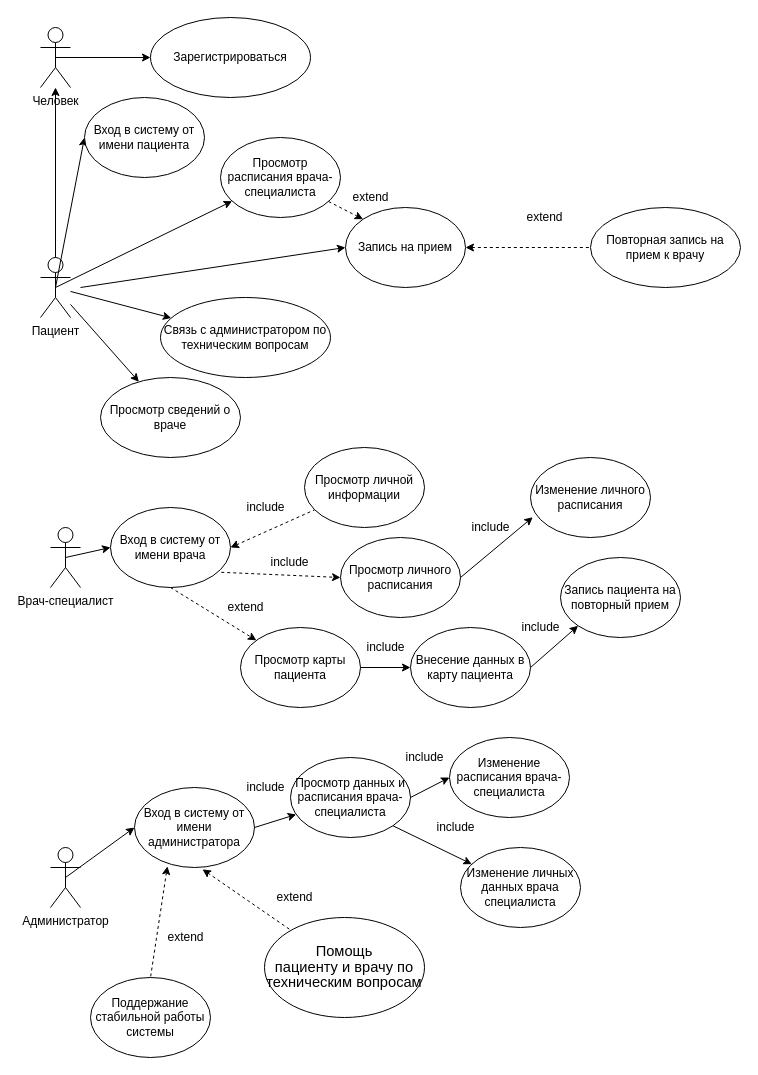
VikaYakunina/lemongatorade keeps this draw.io diagram as РиАТ_ДиаграммаВарИСп.drawio. Above is the earlier version. Source tidied: cells renumbered, new cells numbered last; positions are measured from the earlier drawing's top-left corner, leaving out a move shared by most shapes. Both pictures are drawn from the tidied source at 100%, with x=0, y=0 at pixel (40, 17).
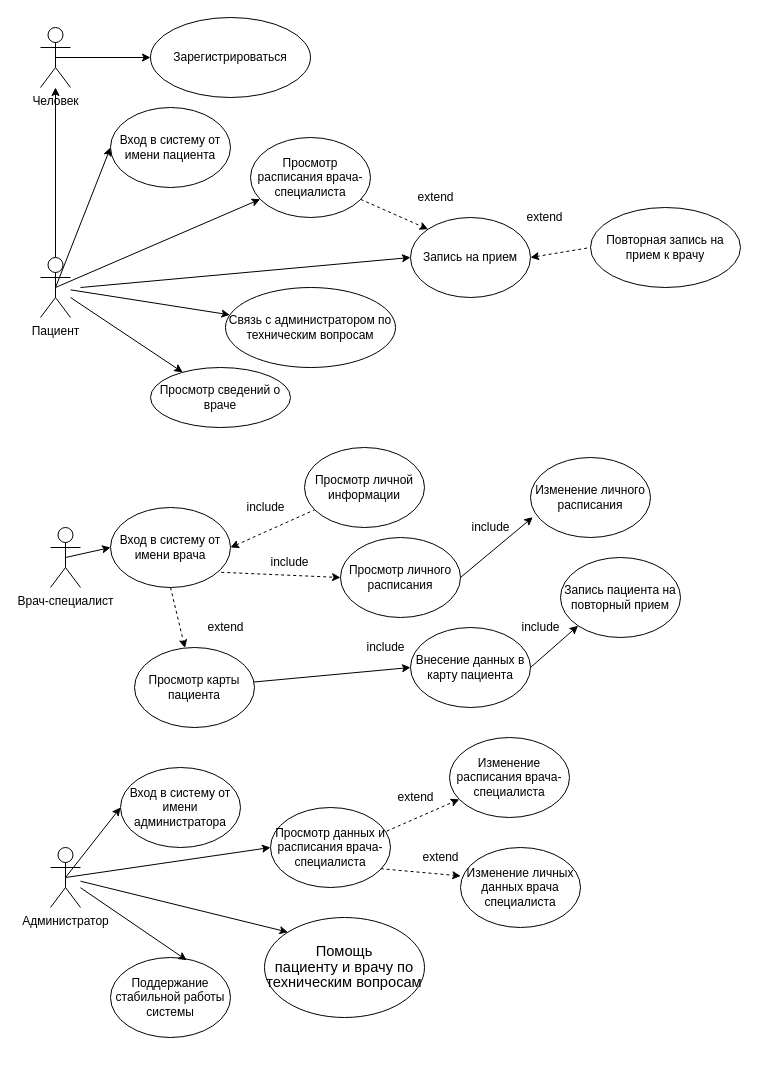
After the change.

The change refers to these unchanged cells:
```xml
<mxCell id="23" value="Администратор" style="shape=umlActor;verticalLabelPosition=bottom;verticalAlign=top;html=1;outlineConnect=0;" parent="1" vertex="1">
  <mxGeometry x="10" y="830" width="30" height="60" as="geometry" />
</mxCell>
<mxCell id="35" value="Изменение расписания врача-специалиста" style="ellipse;whiteSpace=wrap;html=1;" parent="1" vertex="1">
  <mxGeometry x="409" y="720" width="120" height="80" as="geometry" />
</mxCell>
<mxCell id="37" value="&lt;span style=&quot;font-size: 11.0pt ; line-height: 107% ; font-family: &amp;#34;calibri&amp;#34; , sans-serif&quot;&gt;Помощь&lt;br&gt;пациенту и врачу по техническим вопросам&lt;/span&gt;" style="ellipse;whiteSpace=wrap;html=1;" parent="1" vertex="1">
  <mxGeometry x="224" y="900" width="160" height="100" as="geometry" />
</mxCell>
<mxCell id="38" value="Изменение личных данных врача специалиста" style="ellipse;whiteSpace=wrap;html=1;" parent="1" vertex="1">
  <mxGeometry x="420" y="830" width="120" height="80" as="geometry" />
</mxCell>
```

The edit, as a diff of the source:
```diff
@@
     <mxCell id="7" value="Вход в систему от имени пациента" style="ellipse;whiteSpace=wrap;html=1;" parent="1" vertex="1">
-      <mxGeometry x="44" y="80" width="120" height="80" as="geometry" />
+      <mxGeometry x="70" y="90" width="120" height="80" as="geometry" />
     </mxCell>
     <mxCell id="8" value="Просмотр расписания врача-специалиста" style="ellipse;whiteSpace=wrap;html=1;" parent="1" vertex="1">
-      <mxGeometry x="180" y="120" width="120" height="80" as="geometry" />
+      <mxGeometry x="210" y="120" width="120" height="80" as="geometry" />
     </mxCell>
     <mxCell id="9" value="Запись на прием" style="ellipse;whiteSpace=wrap;html=1;" parent="1" vertex="1">
-      <mxGeometry x="305" y="190" width="120" height="80" as="geometry" />
+      <mxGeometry x="370" y="200" width="120" height="80" as="geometry" />
     </mxCell>
     <mxCell id="10" value="Просмотр сведений о враче&lt;br&gt;" style="ellipse;whiteSpace=wrap;html=1;" parent="1" vertex="1">
-      <mxGeometry x="60" y="360" width="140" height="80" as="geometry" />
+      <mxGeometry x="110" y="350" width="140" height="60" as="geometry" />
     </mxCell>
@@
     <mxCell id="12" value="Связь с администратором по техническим вопросам" style="ellipse;whiteSpace=wrap;html=1;" parent="1" vertex="1">
-      <mxGeometry x="120" y="280" width="170" height="80" as="geometry" />
+      <mxGeometry x="185" y="270" width="170" height="80" as="geometry" />
     </mxCell>
@@
     <mxCell id="18" value="Просмотр карты пациента" style="ellipse;whiteSpace=wrap;html=1;" parent="1" vertex="1">
-      <mxGeometry x="200" y="610" width="120" height="80" as="geometry" />
+      <mxGeometry x="94" y="630" width="120" height="80" as="geometry" />
     </mxCell>
@@
     <mxCell id="24" value="Вход в систему от имени администратора" style="ellipse;whiteSpace=wrap;html=1;" parent="1" vertex="1">
-      <mxGeometry x="94" y="770" width="120" height="80" as="geometry" />
+      <mxGeometry x="80" y="750" width="120" height="80" as="geometry" />
     </mxCell>
@@
-    <mxCell id="32" style="endArrow=classic;html=1;exitX=1;exitY=0.5;exitDx=0;exitDy=0;" parent="1" edge="1" source="24" target="33">
-      <mxGeometry relative="1" as="geometry" />
-    </mxCell>
     <mxCell id="33" value="Просмотр данных и расписания врача-специалиста" style="ellipse;whiteSpace=wrap;html=1;" parent="1" vertex="1">
-      <mxGeometry x="250" y="740" width="120" height="80" as="geometry" />
+      <mxGeometry x="230" y="790" width="120" height="80" as="geometry" />
     </mxCell>
-    <mxCell id="34" style="endArrow=classic;html=1;exitX=1;exitY=0.5;exitDx=0;exitDy=0;entryX=0;entryY=0.5;entryDx=0;entryDy=0;" parent="1" edge="1" source="33" target="35">
-      <mxGeometry relative="1" as="geometry" />
-    </mxCell>
@@
-    <mxCell id="36" style="endArrow=none;dashed=1;html=1;exitX=0.567;exitY=1.023;exitDx=0;exitDy=0;exitPerimeter=0;startArrow=classic;startFill=1;" parent="1" edge="1" source="24" target="37">
-      <mxGeometry relative="1" as="geometry" />
-    </mxCell>
@@
-    <mxCell id="39" style="endArrow=classic;html=1;exitX=1;exitY=1;exitDx=0;exitDy=0;" parent="1" edge="1" source="33" target="38">
-      <mxGeometry relative="1" as="geometry" />
-    </mxCell>
-    <mxCell id="40" style="endArrow=none;dashed=1;html=1;exitX=0.274;exitY=0.985;exitDx=0;exitDy=0;exitPerimeter=0;startArrow=classic;startFill=1;entryX=0.5;entryY=0;entryDx=0;entryDy=0;" parent="1" edge="1" source="24" target="41">
-      <mxGeometry relative="1" as="geometry" />
-    </mxCell>
     <mxCell id="41" value="Поддержание стабильной работы системы" style="ellipse;whiteSpace=wrap;html=1;" parent="1" vertex="1">
-      <mxGeometry x="50" y="960" width="120" height="80" as="geometry" />
+      <mxGeometry x="70" y="940" width="120" height="80" as="geometry" />
     </mxCell>
@@
     <mxCell id="43" value="extend" style="text;html=1;align=center;verticalAlign=middle;fillColor=none;strokeColor=none;rounded=0;" parent="1" vertex="1">
-      <mxGeometry x="305" y="170" width="50" height="20" as="geometry" />
+      <mxGeometry x="370" y="170" width="50" height="20" as="geometry" />
     </mxCell>
     <mxCell id="44" value="extend" style="text;html=1;align=center;verticalAlign=middle;fillColor=none;strokeColor=none;rounded=0;" parent="1" vertex="1">
-      <mxGeometry x="180" y="580" width="50" height="20" as="geometry" />
+      <mxGeometry x="160" y="600" width="50" height="20" as="geometry" />
     </mxCell>
@@
-    <mxCell id="48" value="extend" style="text;html=1;align=center;verticalAlign=middle;fillColor=none;strokeColor=none;rounded=0;" parent="1" vertex="1">
-      <mxGeometry x="229" y="870" width="50" height="20" as="geometry" />
-    </mxCell>
-    <mxCell id="49" value="extend" style="text;html=1;align=center;verticalAlign=middle;fillColor=none;strokeColor=none;rounded=0;" parent="1" vertex="1">
-      <mxGeometry x="120" y="910" width="50" height="20" as="geometry" />
-    </mxCell>
-    <mxCell id="50" value="include" style="text;html=1;align=center;verticalAlign=middle;fillColor=none;strokeColor=none;rounded=0;" parent="1" vertex="1">
-      <mxGeometry x="359" y="730" width="50" height="20" as="geometry" />
-    </mxCell>
-    <mxCell id="51" value="include" style="text;html=1;align=center;verticalAlign=middle;fillColor=none;strokeColor=none;rounded=0;" parent="1" vertex="1">
-      <mxGeometry x="390" y="800" width="50" height="20" as="geometry" />
-    </mxCell>
-    <mxCell id="52" value="include" style="text;html=1;align=center;verticalAlign=middle;fillColor=none;strokeColor=none;rounded=0;" parent="1" vertex="1">
-      <mxGeometry x="200" y="760" width="50" height="20" as="geometry" />
-    </mxCell>
@@
+    <mxCell id="61" style="endArrow=classic;html=1;entryX=0;entryY=0.5;entryDx=0;entryDy=0;exitX=0.5;exitY=0.5;exitDx=0;exitDy=0;exitPerimeter=0;" parent="1" edge="1" source="23" target="33">
+      <mxGeometry relative="1" as="geometry" />
+    </mxCell>
+    <mxCell id="62" style="endArrow=classic;html=1;entryX=0.635;entryY=0.034;entryDx=0;entryDy=0;entryPerimeter=0;" parent="1" edge="1" source="23" target="41">
+      <mxGeometry relative="1" as="geometry" />
+    </mxCell>
+    <mxCell id="63" style="endArrow=classic;html=1;entryX=0;entryY=0;entryDx=0;entryDy=0;" parent="1" edge="1" source="23" target="37">
+      <mxGeometry relative="1" as="geometry" />
+    </mxCell>
+    <mxCell id="34" style="endArrow=classic;dashed=1;html=1;exitX=0.969;exitY=0.295;exitDx=0;exitDy=0;exitPerimeter=0;endFill=1;" parent="1" edge="1" source="33" target="35">
+      <mxGeometry relative="1" as="geometry" />
+    </mxCell>
+    <mxCell id="64" value="extend" style="text;html=1;align=center;verticalAlign=middle;fillColor=none;strokeColor=none;rounded=0;" parent="1" vertex="1">
+      <mxGeometry x="350" y="770" width="50" height="20" as="geometry" />
+    </mxCell>
+    <mxCell id="39" style="endArrow=classic;dashed=1;html=1;exitX=0.918;exitY=0.765;exitDx=0;exitDy=0;exitPerimeter=0;endFill=1;entryX=0.002;entryY=0.356;entryDx=0;entryDy=0;entryPerimeter=0;" parent="1" edge="1" source="33" target="38">
+      <mxGeometry relative="1" as="geometry" />
+    </mxCell>
+    <mxCell id="65" value="extend" style="text;html=1;align=center;verticalAlign=middle;fillColor=none;strokeColor=none;rounded=0;" parent="1" vertex="1">
+      <mxGeometry x="375" y="830" width="50" height="20" as="geometry" />
+    </mxCell>
```
